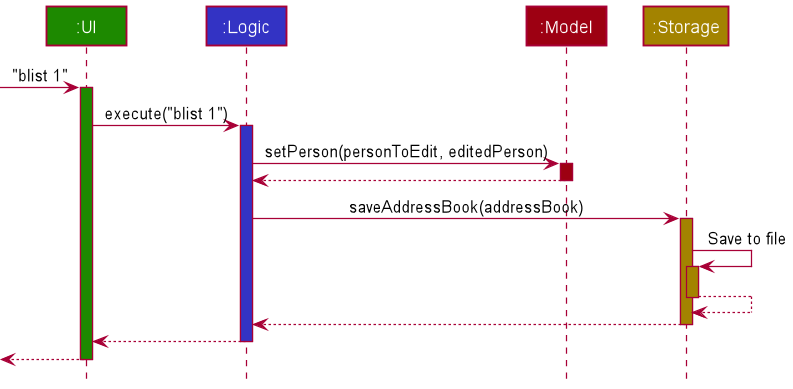
Above: docs/images/BlacklistSequenceDiagram.png in nus-cs2103-AY2021S2/tp (PlantUML), before the change. Source of this version:
```plantuml
@startuml
!include style.puml

participant ":UI" as UI UI_COLOR
participant ":Logic" as Logic LOGIC_COLOR
participant ":Model" as Model MODEL_COLOR
participant ":Storage" as Storage STORAGE_COLOR

[-> UI : "blist 1"
activate UI UI_COLOR

UI -> Logic : execute("blist 1")
activate Logic LOGIC_COLOR

Logic -> Model : setPerson(personToEdit, editedPerson)
activate Model MODEL_COLOR

Model --> Logic
deactivate Model

Logic -> Storage : saveAddressBook(addressBook)
activate Storage STORAGE_COLOR

Storage -> Storage : Save to file
activate Storage STORAGE_COLOR

Storage --> Storage
deactivate Storage

Storage --> Logic
deactivate Storage

Logic --> UI
deactivate Logic

[<-- UI
deactivate UI
@enduml
```
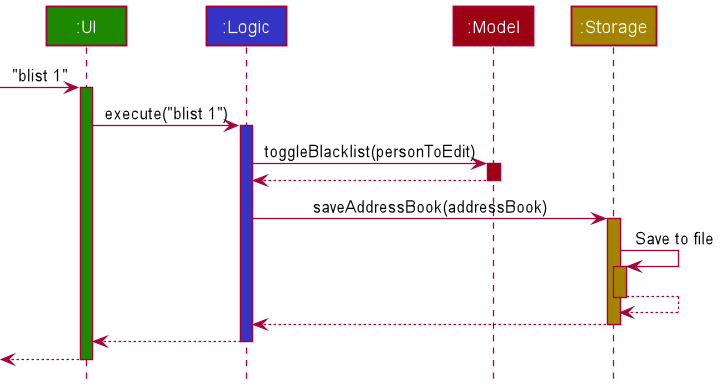
Later version of the same file.

Commit message:
Move method implementation from BlacklistCommand to Model

Diff of the diagram source:
```diff
@@ -12,7 +12,7 @@
 UI -> Logic : execute("blist 1")
 activate Logic LOGIC_COLOR
 
-Logic -> Model : setPerson(personToEdit, editedPerson)
+Logic -> Model : toggleBlacklist(personToEdit)
 activate Model MODEL_COLOR
 
 Model --> Logic
```
